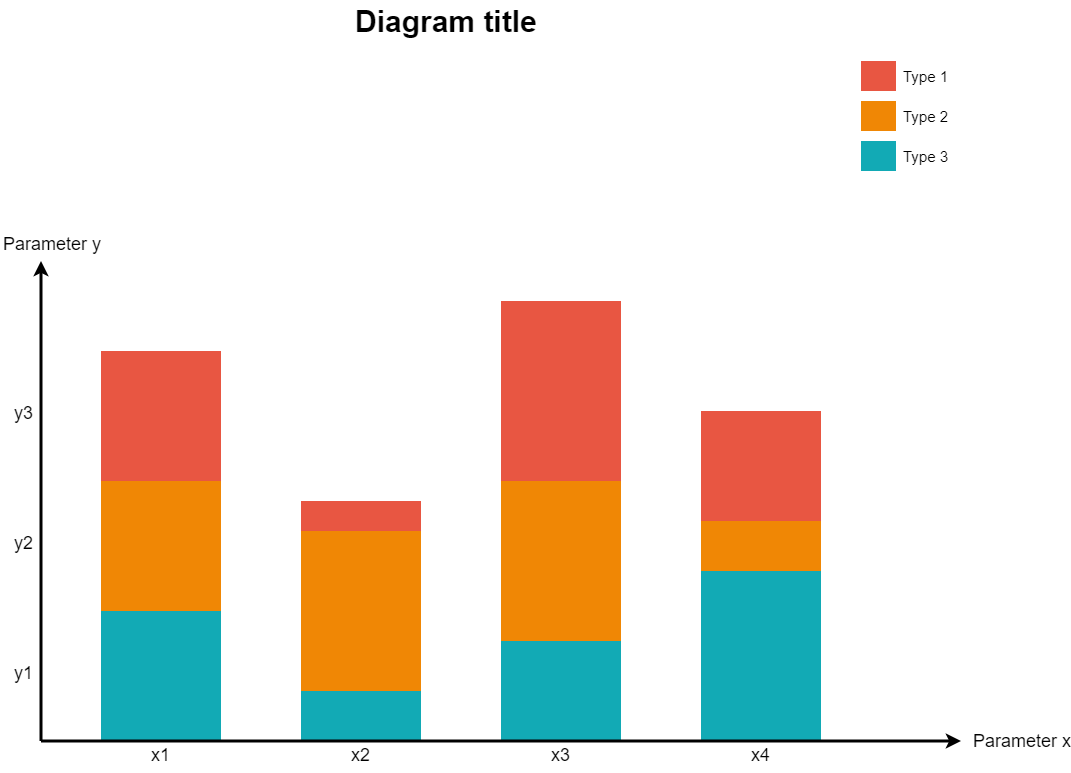
The draw.io diagram Array/11_Container With Most Water/Container_With_Most_Water.png in Nevermore12321/LeetCode, before a commit. Source tidied: cells renumbered, new cells last; positions are measured from the earlier drawing's top-left corner, leaving out a move shared by most shapes.
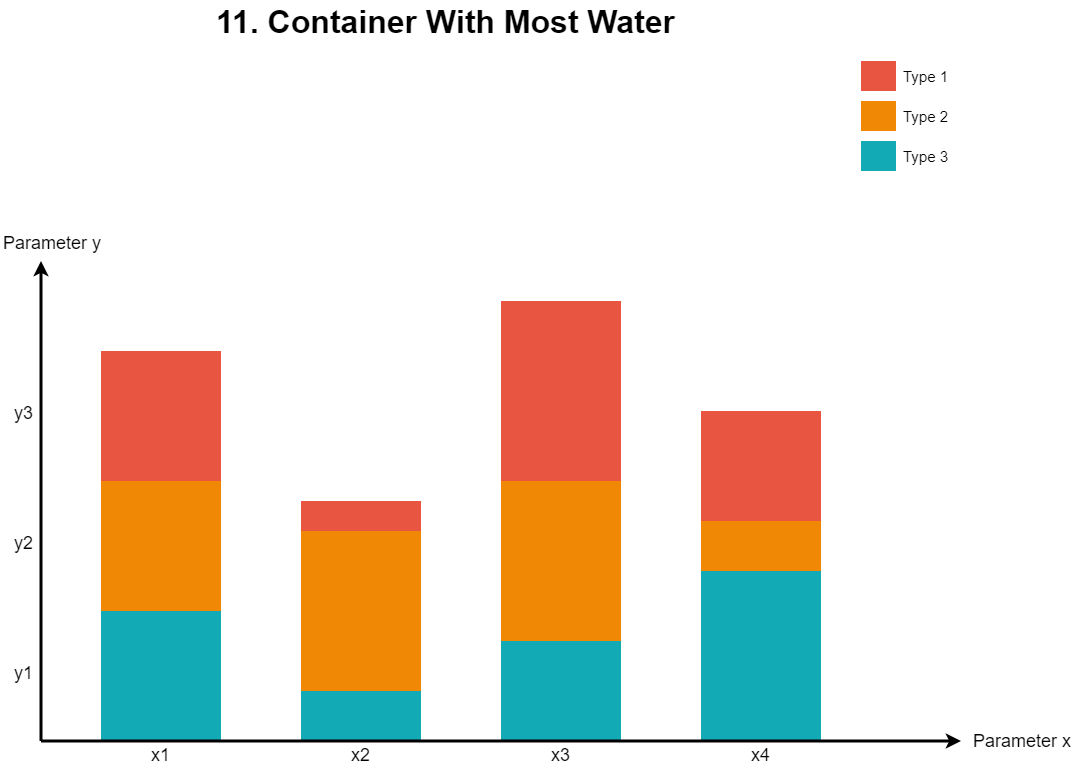
The same diagram one commit later.

The edit, as a diff of the source:
```diff
@@ -86,7 +86,7 @@
     <mxCell id="27" value="y3" style="text;spacingTop=-5;align=center;verticalAlign=middle;fontStyle=0;html=1;fontSize=18;" parent="1" vertex="1">
       <mxGeometry x="7.5" y="350.5" width="30" height="130" as="geometry" />
     </mxCell>
-    <mxCell id="28" value="&lt;font style=&quot;font-size: 30px;&quot;&gt;Diagram title&lt;/font&gt;" style="text;spacingTop=-5;align=center;verticalAlign=middle;fontSize=30;fontStyle=1;html=1;" parent="1" vertex="1">
+    <mxCell id="28" value="&lt;font style=&quot;font-size: 32px&quot;&gt;11. Container With Most Water&lt;/font&gt;" style="text;spacingTop=-5;align=center;verticalAlign=middle;fontSize=30;fontStyle=1;html=1;" parent="1" vertex="1">
       <mxGeometry x="39.5" y="0.5" width="810" height="45" as="geometry" />
     </mxCell>
     <mxCell id="29" style="whiteSpace=wrap;fillColor=#F08705;gradientColor=none;gradientDirection=east;strokeColor=none;html=1;fontColor=#23445d;" parent="1" vertex="1">
```
